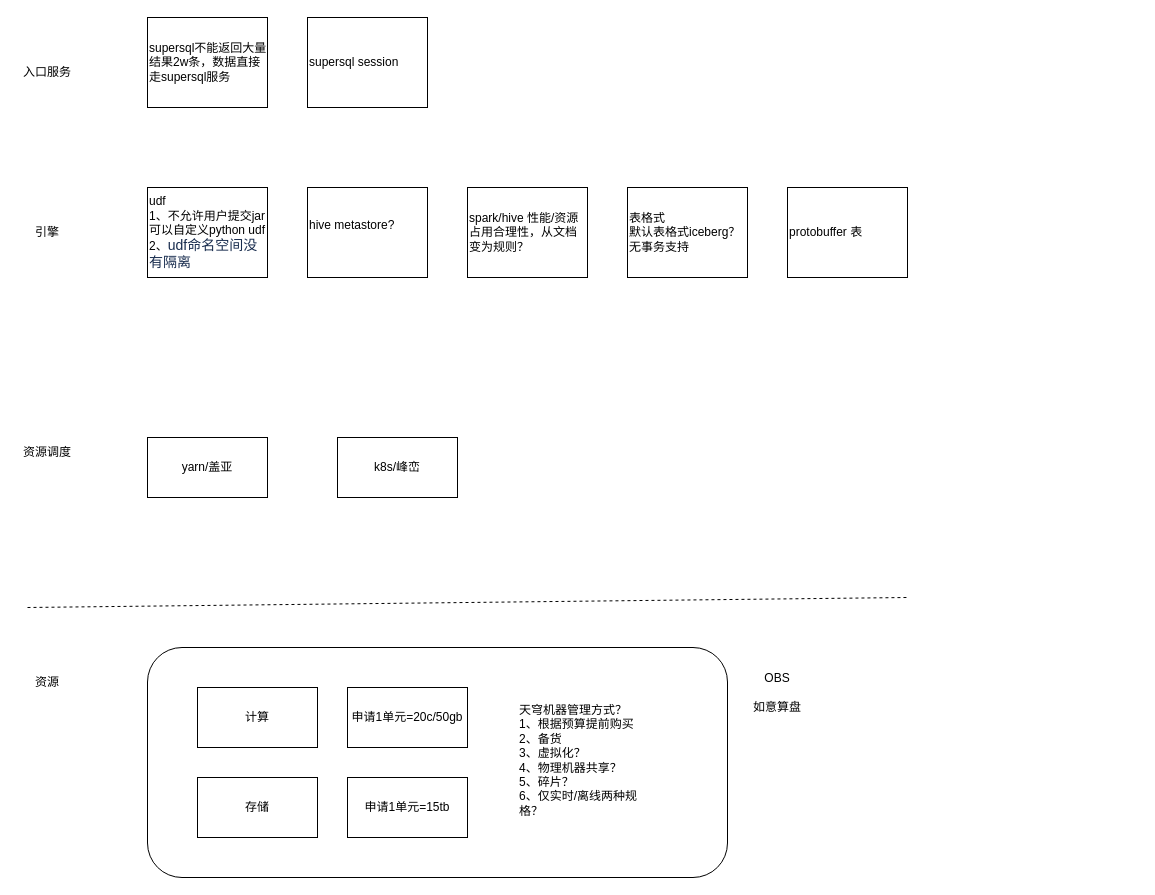
Earlier version of the draw.io diagram 天穹2.0.drawio (yuhuali1989/ui). Source tidied: cells renumbered, new cells numbered last; positions are measured from the earlier drawing's top-left corner, leaving out a move shared by most shapes. Both pictures are drawn from the tidied source at 100%, with x=0, y=0 at pixel (17, 17).
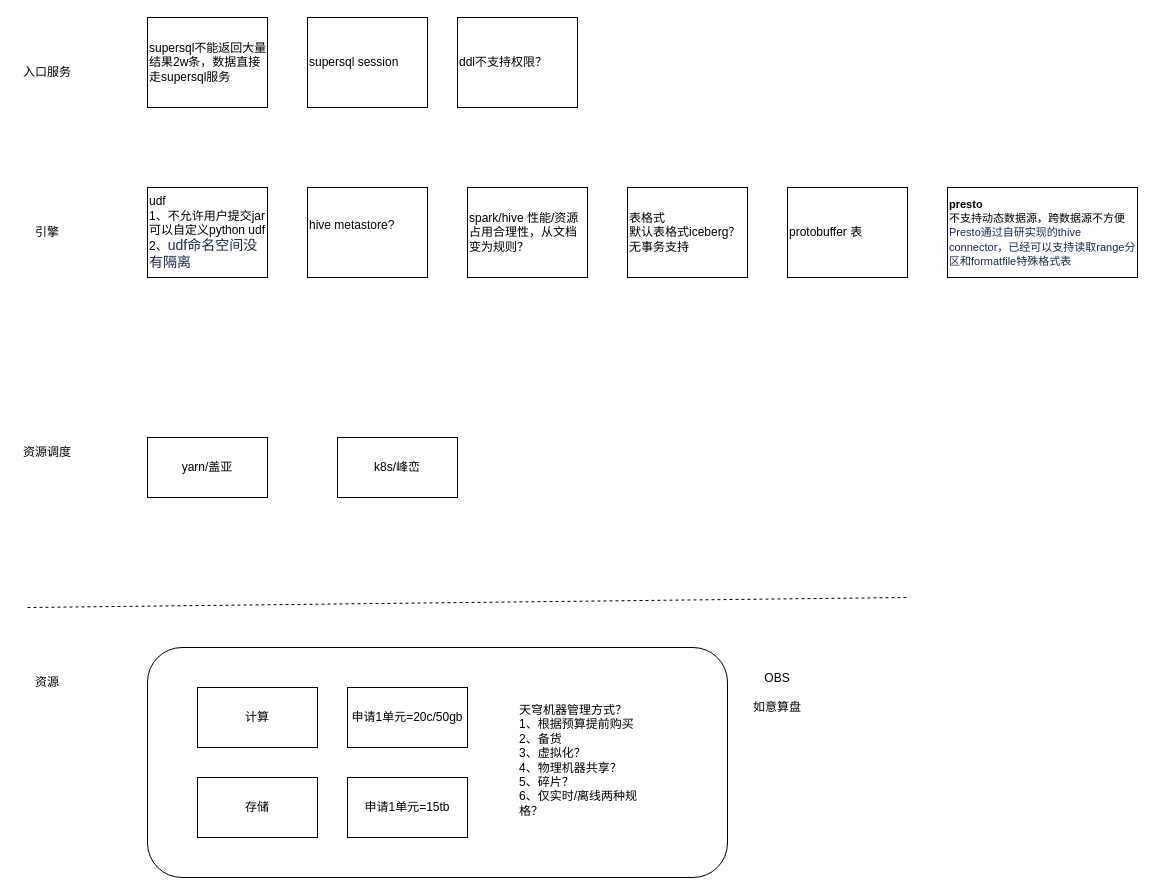
The same diagram, later.

Diff of the diagram source:
```diff
@@
+    <mxCell id="23" value="&lt;font style=&quot;font-size: 11px&quot;&gt;&lt;b&gt;presto&lt;/b&gt;&lt;br style=&quot;font-size: 11px&quot;&gt;不支持动态数据源，跨数据源不方便&lt;br style=&quot;font-size: 11px&quot;&gt;&lt;span style=&quot;margin: 0px ; color: rgb(23 , 43 , 77) ; background-color: rgb(255 , 255 , 255) ; font-size: 11px&quot;&gt;Presto通过自研实现的thive connector，已经可以支持读取range分区和formatfile特殊格式表&lt;/span&gt;&lt;/font&gt;" style="rounded=0;whiteSpace=wrap;html=1;align=left;" parent="1" vertex="1">
+      <mxGeometry x="930" y="170" width="190" height="90" as="geometry" />
+    </mxCell>
+    <mxCell id="24" value="ddl不支持权限？" style="rounded=0;whiteSpace=wrap;html=1;align=left;" parent="1" vertex="1">
+      <mxGeometry x="440" width="120" height="90" as="geometry" />
+    </mxCell>
```
